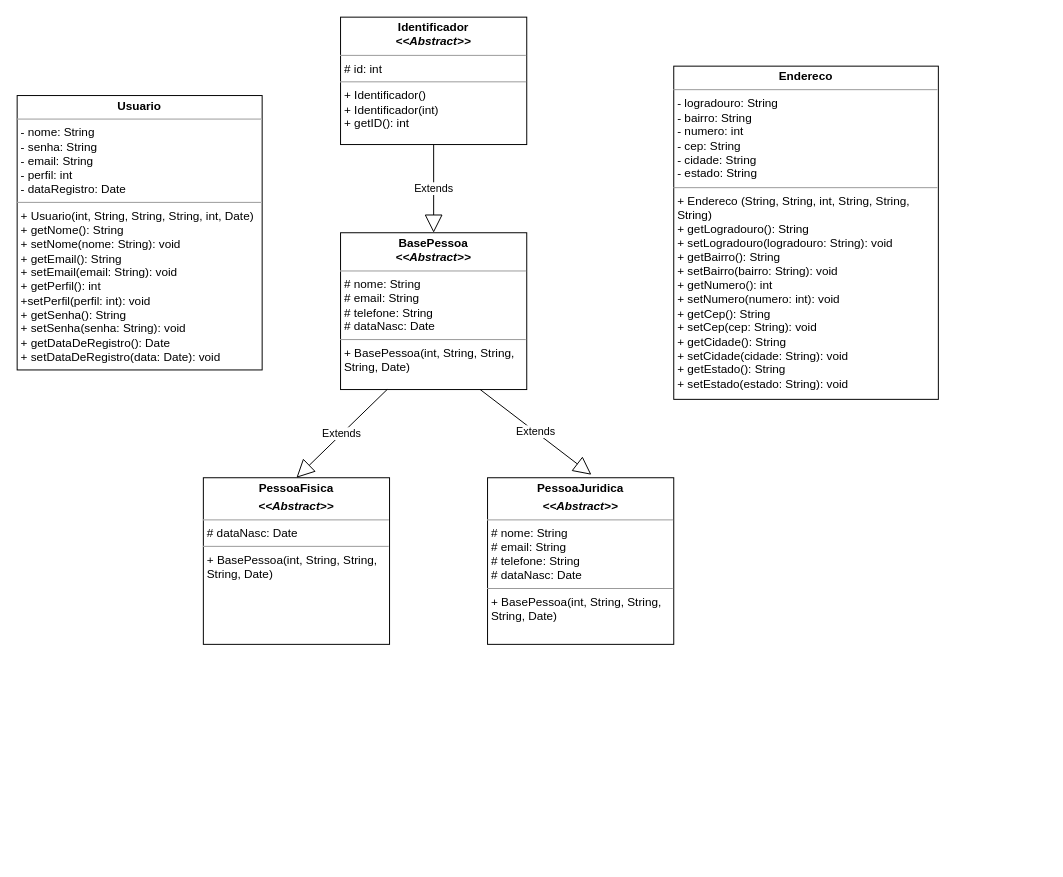
Above: lista04/diagramaDeClasse.drawio in adrielCarmo/POO (draw.io), before the change. Source tidied: cells renumbered, new cells numbered last; positions are measured from the earlier drawing's top-left corner, leaving out a move shared by most shapes. Both pictures are drawn from the tidied source at 98%, with x=0, y=0 at pixel (17, 17).
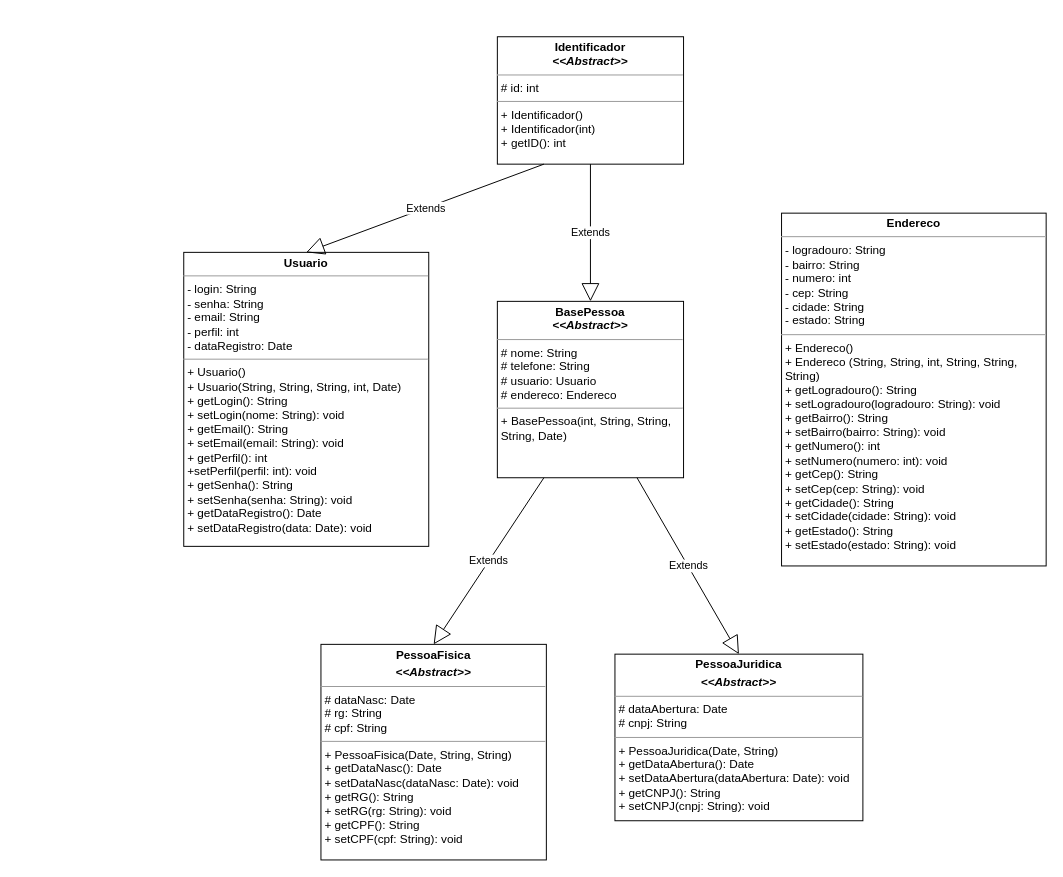
Above is the later version.

The edit, as a diff of the source:
```diff
@@
 <mxGraphModel>
   <root>
     <mxCell id="0" />
     <mxCell id="1" parent="0" />
-    <mxCell id="2" value="&lt;p style=&quot;margin:0px;margin-top:4px;text-align:center;&quot;&gt;&lt;b&gt;BasePessoa&lt;/b&gt;&lt;br&gt;&lt;b&gt;&lt;i&gt;&amp;lt;&amp;lt;Abstract&amp;gt;&amp;gt;&lt;/i&gt;&lt;/b&gt;&lt;/p&gt;&lt;hr size=&quot;1&quot;&gt;&lt;p style=&quot;margin:0px;margin-left:4px;&quot;&gt;# nome: String&lt;/p&gt;&lt;p style=&quot;margin:0px;margin-left:4px;&quot;&gt;# email: String&lt;/p&gt;&lt;p style=&quot;margin:0px;margin-left:4px;&quot;&gt;# telefone: String&lt;/p&gt;&lt;p style=&quot;margin:0px;margin-left:4px;&quot;&gt;# dataNasc: Date&lt;/p&gt;&lt;hr size=&quot;1&quot;&gt;&lt;p style=&quot;margin:0px;margin-left:4px;&quot;&gt;+ BasePessoa(int, String, String, String, Date)&lt;br&gt;&lt;/p&gt;" style="verticalAlign=top;align=left;overflow=fill;fontSize=12;fontFamily=Helvetica;html=1;whiteSpace=wrap;" parent="1" vertex="1">
-      <mxGeometry x="330" y="220" width="190" height="160" as="geometry" />
+    <mxCell id="2" value="&lt;p style=&quot;margin:0px;margin-top:4px;text-align:center;&quot;&gt;&lt;b&gt;BasePessoa&lt;/b&gt;&lt;br&gt;&lt;b&gt;&lt;i&gt;&amp;lt;&amp;lt;Abstract&amp;gt;&amp;gt;&lt;/i&gt;&lt;/b&gt;&lt;/p&gt;&lt;hr size=&quot;1&quot;&gt;&lt;p style=&quot;margin:0px;margin-left:4px;&quot;&gt;# nome: String&lt;/p&gt;&lt;p style=&quot;margin:0px;margin-left:4px;&quot;&gt;# telefone: String&lt;/p&gt;&lt;p style=&quot;margin:0px;margin-left:4px;&quot;&gt;# usuario: Usuario&lt;/p&gt;&lt;p style=&quot;margin:0px;margin-left:4px;&quot;&gt;# endereco: Endereco&lt;/p&gt;&lt;hr size=&quot;1&quot;&gt;&lt;p style=&quot;margin:0px;margin-left:4px;&quot;&gt;+ BasePessoa(int, String, String, String, Date)&lt;br&gt;&lt;/p&gt;" style="verticalAlign=top;align=left;overflow=fill;fontSize=12;fontFamily=Helvetica;html=1;whiteSpace=wrap;" parent="1" vertex="1">
+      <mxGeometry x="490" y="290" width="190" height="180" as="geometry" />
     </mxCell>
-    <mxCell id="3" value="&lt;p style=&quot;margin:0px;margin-top:4px;text-align:center;&quot;&gt;&lt;b&gt;Usuario&lt;/b&gt;&lt;/p&gt;&lt;hr size=&quot;1&quot;&gt;&lt;p style=&quot;margin:0px;margin-left:4px;&quot;&gt;&lt;span style=&quot;background-color: initial;&quot;&gt;- nome: String&lt;/span&gt;&lt;br&gt;&lt;/p&gt;&lt;p style=&quot;margin:0px;margin-left:4px;&quot;&gt;- senha: String&lt;/p&gt;&lt;p style=&quot;margin:0px;margin-left:4px;&quot;&gt;- email: String&lt;/p&gt;&lt;p style=&quot;margin:0px;margin-left:4px;&quot;&gt;- perfil: int&lt;/p&gt;&lt;p style=&quot;margin:0px;margin-left:4px;&quot;&gt;- dataRegistro: Date&lt;/p&gt;&lt;hr size=&quot;1&quot;&gt;&lt;p style=&quot;margin:0px;margin-left:4px;&quot;&gt;+ Usuario(int, String, String, String, int, Date)&lt;/p&gt;&lt;p style=&quot;margin:0px;margin-left:4px;&quot;&gt;+ getNome(): String&amp;nbsp; &amp;nbsp; &amp;nbsp; &amp;nbsp; &amp;nbsp; &amp;nbsp; &amp;nbsp;&amp;nbsp;&lt;/p&gt;&lt;p style=&quot;margin:0px;margin-left:4px;&quot;&gt;+ setNome(nome: String): void&amp;nbsp; &amp;nbsp;&amp;nbsp;&lt;/p&gt;&lt;p style=&quot;margin:0px;margin-left:4px;&quot;&gt;+ getEmail(): String&amp;nbsp; &amp;nbsp; &amp;nbsp; &amp;nbsp; &amp;nbsp; &amp;nbsp; &amp;nbsp;&lt;/p&gt;&lt;p style=&quot;margin:0px;margin-left:4px;&quot;&gt;+ setEmail(email: String): void&lt;/p&gt;&lt;p style=&quot;margin:0px;margin-left:4px;&quot;&gt;+ getPerfil(): int&lt;/p&gt;&lt;p style=&quot;margin:0px;margin-left:4px;&quot;&gt;+setPerfil(perfil: int): void&lt;/p&gt;&lt;p style=&quot;margin:0px;margin-left:4px;&quot;&gt;+ getSenha(): String&amp;nbsp; &amp;nbsp; &amp;nbsp; &amp;nbsp; &amp;nbsp; &amp;nbsp; &amp;nbsp;&lt;/p&gt;&lt;p style=&quot;margin:0px;margin-left:4px;&quot;&gt;+ setSenha(senha: String): void&amp;nbsp;&amp;nbsp;&lt;/p&gt;&lt;p style=&quot;margin:0px;margin-left:4px;&quot;&gt;+ getDataDeRegistro(): Date&lt;/p&gt;&lt;p style=&quot;margin:0px;margin-left:4px;&quot;&gt;+ setDataDeRegistro(data: Date): void&lt;/p&gt;" style="verticalAlign=top;align=left;overflow=fill;fontSize=12;fontFamily=Helvetica;html=1;whiteSpace=wrap;" parent="1" vertex="1">
-      <mxGeometry y="80" width="250" height="280" as="geometry" />
+    <mxCell id="3" value="&lt;p style=&quot;margin:0px;margin-top:4px;text-align:center;&quot;&gt;&lt;b&gt;Usuario&lt;/b&gt;&lt;/p&gt;&lt;hr size=&quot;1&quot;&gt;&lt;p style=&quot;margin:0px;margin-left:4px;&quot;&gt;&lt;span style=&quot;background-color: initial;&quot;&gt;- login: String&lt;/span&gt;&lt;/p&gt;&lt;p style=&quot;margin:0px;margin-left:4px;&quot;&gt;&lt;span style=&quot;background-color: initial;&quot;&gt;- senha: String&lt;/span&gt;&lt;br&gt;&lt;/p&gt;&lt;p style=&quot;margin:0px;margin-left:4px;&quot;&gt;- email: String&lt;/p&gt;&lt;p style=&quot;margin:0px;margin-left:4px;&quot;&gt;- perfil: int&lt;/p&gt;&lt;p style=&quot;margin:0px;margin-left:4px;&quot;&gt;- dataRegistro: Date&lt;/p&gt;&lt;hr size=&quot;1&quot;&gt;&lt;p style=&quot;margin:0px;margin-left:4px;&quot;&gt;+ Usuario()&lt;/p&gt;&lt;p style=&quot;margin:0px;margin-left:4px;&quot;&gt;+ Usuario(String, String, String, int, Date)&lt;/p&gt;&lt;p style=&quot;margin:0px;margin-left:4px;&quot;&gt;+ getLogin(): String&amp;nbsp; &amp;nbsp; &amp;nbsp; &amp;nbsp; &amp;nbsp; &amp;nbsp; &amp;nbsp;&amp;nbsp;&lt;/p&gt;&lt;p style=&quot;margin:0px;margin-left:4px;&quot;&gt;+ setLogin(nome: String): void&amp;nbsp; &amp;nbsp;&amp;nbsp;&lt;/p&gt;&lt;p style=&quot;margin:0px;margin-left:4px;&quot;&gt;+ getEmail(): String&amp;nbsp; &amp;nbsp; &amp;nbsp; &amp;nbsp; &amp;nbsp; &amp;nbsp; &amp;nbsp;&lt;/p&gt;&lt;p style=&quot;margin:0px;margin-left:4px;&quot;&gt;+ setEmail(email: String): void&lt;/p&gt;&lt;p style=&quot;margin:0px;margin-left:4px;&quot;&gt;+ getPerfil(): int&lt;/p&gt;&lt;p style=&quot;margin:0px;margin-left:4px;&quot;&gt;+setPerfil(perfil: int): void&lt;/p&gt;&lt;p style=&quot;margin:0px;margin-left:4px;&quot;&gt;+ getSenha(): String&amp;nbsp; &amp;nbsp; &amp;nbsp; &amp;nbsp; &amp;nbsp; &amp;nbsp; &amp;nbsp;&lt;/p&gt;&lt;p style=&quot;margin:0px;margin-left:4px;&quot;&gt;+ setSenha(senha: String): void&amp;nbsp;&amp;nbsp;&lt;/p&gt;&lt;p style=&quot;margin:0px;margin-left:4px;&quot;&gt;+ getDataRegistro(): Date&lt;/p&gt;&lt;p style=&quot;margin:0px;margin-left:4px;&quot;&gt;+ setDataRegistro(data: Date): void&lt;/p&gt;" style="verticalAlign=top;align=left;overflow=fill;fontSize=12;fontFamily=Helvetica;html=1;whiteSpace=wrap;" parent="1" vertex="1">
+      <mxGeometry x="170" y="240" width="250" height="300" as="geometry" />
     </mxCell>
     <mxCell id="4" value="&lt;p style=&quot;margin:0px;margin-top:4px;text-align:center;&quot;&gt;&lt;b&gt;Identificador&lt;/b&gt;&lt;br&gt;&lt;b&gt;&lt;i&gt;&amp;lt;&amp;lt;Abstract&amp;gt;&amp;gt;&lt;/i&gt;&lt;/b&gt;&lt;/p&gt;&lt;hr size=&quot;1&quot;&gt;&lt;p style=&quot;margin:0px;margin-left:4px;&quot;&gt;# id: int&lt;br&gt;&lt;/p&gt;&lt;hr size=&quot;1&quot;&gt;&lt;p style=&quot;margin:0px;margin-left:4px;&quot;&gt;+ Identificador()&lt;/p&gt;&lt;p style=&quot;margin:0px;margin-left:4px;&quot;&gt;+ Identificador(int)&lt;/p&gt;&lt;p style=&quot;margin:0px;margin-left:4px;&quot;&gt;+ getID(): int&lt;/p&gt;" style="verticalAlign=top;align=left;overflow=fill;fontSize=12;fontFamily=Helvetica;html=1;whiteSpace=wrap;" parent="1" vertex="1">
-      <mxGeometry x="330" width="190" height="130" as="geometry" />
+      <mxGeometry x="490" y="20" width="190" height="130" as="geometry" />
     </mxCell>
-    <mxCell id="5" value="&lt;p style=&quot;margin:0px;margin-top:4px;text-align:center;&quot;&gt;&lt;b&gt;PessoaFisica&lt;/b&gt;&lt;br&gt;&lt;/p&gt;&lt;p style=&quot;margin:0px;margin-top:4px;text-align:center;&quot;&gt;&lt;b style=&quot;border-color: var(--border-color);&quot;&gt;&lt;i style=&quot;border-color: var(--border-color);&quot;&gt;&amp;lt;&amp;lt;Abstract&amp;gt;&amp;gt;&lt;/i&gt;&lt;/b&gt;&lt;b&gt;&lt;br&gt;&lt;/b&gt;&lt;/p&gt;&lt;hr size=&quot;1&quot;&gt;&lt;p style=&quot;margin:0px;margin-left:4px;&quot;&gt;&lt;span style=&quot;background-color: initial;&quot;&gt;# dataNasc: Date&lt;/span&gt;&lt;br&gt;&lt;/p&gt;&lt;hr size=&quot;1&quot;&gt;&lt;p style=&quot;margin:0px;margin-left:4px;&quot;&gt;+ BasePessoa(int, String, String, String, Date)&lt;br&gt;&lt;/p&gt;" style="verticalAlign=top;align=left;overflow=fill;fontSize=12;fontFamily=Helvetica;html=1;whiteSpace=wrap;" parent="1" vertex="1">
-      <mxGeometry x="190" y="470" width="190" height="170" as="geometry" />
+    <mxCell id="5" value="&lt;p style=&quot;margin:0px;margin-top:4px;text-align:center;&quot;&gt;&lt;b&gt;PessoaFisica&lt;/b&gt;&lt;br&gt;&lt;/p&gt;&lt;p style=&quot;margin:0px;margin-top:4px;text-align:center;&quot;&gt;&lt;b style=&quot;border-color: var(--border-color);&quot;&gt;&lt;i style=&quot;border-color: var(--border-color);&quot;&gt;&amp;lt;&amp;lt;Abstract&amp;gt;&amp;gt;&lt;/i&gt;&lt;/b&gt;&lt;b&gt;&lt;br&gt;&lt;/b&gt;&lt;/p&gt;&lt;hr size=&quot;1&quot;&gt;&lt;p style=&quot;margin:0px;margin-left:4px;&quot;&gt;&lt;span style=&quot;background-color: initial;&quot;&gt;# dataNasc: Date&lt;/span&gt;&lt;br&gt;&lt;/p&gt;&lt;p style=&quot;margin:0px;margin-left:4px;&quot;&gt;&lt;span style=&quot;background-color: initial;&quot;&gt;# rg: String&lt;/span&gt;&lt;/p&gt;&lt;p style=&quot;margin:0px;margin-left:4px;&quot;&gt;&lt;span style=&quot;background-color: initial;&quot;&gt;# cpf: String&lt;/span&gt;&lt;/p&gt;&lt;hr size=&quot;1&quot;&gt;&lt;p style=&quot;margin:0px;margin-left:4px;&quot;&gt;+ PessoaFisica(Date, String, String)&lt;br&gt;&lt;/p&gt;&lt;p style=&quot;margin:0px;margin-left:4px;&quot;&gt;+ getDataNasc(): Date&lt;/p&gt;&lt;p style=&quot;margin:0px;margin-left:4px;&quot;&gt;+ setDataNasc(dataNasc: Date): void&lt;/p&gt;&lt;p style=&quot;margin:0px;margin-left:4px;&quot;&gt;+ getRG(): String&lt;/p&gt;&lt;p style=&quot;margin:0px;margin-left:4px;&quot;&gt;+ setRG(rg: String): void&lt;/p&gt;&lt;p style=&quot;margin:0px;margin-left:4px;&quot;&gt;+ getCPF(): String&lt;/p&gt;&lt;p style=&quot;margin:0px;margin-left:4px;&quot;&gt;+ setCPF(cpf: String): void&lt;/p&gt;" style="verticalAlign=top;align=left;overflow=fill;fontSize=12;fontFamily=Helvetica;html=1;whiteSpace=wrap;" parent="1" vertex="1">
+      <mxGeometry x="310" y="640" width="230" height="220" as="geometry" />
     </mxCell>
-    <mxCell id="6" value="&lt;p style=&quot;margin:0px;margin-top:4px;text-align:center;&quot;&gt;&lt;b&gt;PessoaJuridica&lt;/b&gt;&lt;br&gt;&lt;/p&gt;&lt;p style=&quot;margin:0px;margin-top:4px;text-align:center;&quot;&gt;&lt;b&gt;&lt;i&gt;&amp;lt;&amp;lt;Abstract&amp;gt;&amp;gt;&lt;/i&gt;&lt;/b&gt;&lt;/p&gt;&lt;hr size=&quot;1&quot;&gt;&lt;p style=&quot;margin:0px;margin-left:4px;&quot;&gt;# nome: String&lt;/p&gt;&lt;p style=&quot;margin:0px;margin-left:4px;&quot;&gt;# email: String&lt;/p&gt;&lt;p style=&quot;margin:0px;margin-left:4px;&quot;&gt;# telefone: String&lt;/p&gt;&lt;p style=&quot;margin:0px;margin-left:4px;&quot;&gt;# dataNasc: Date&lt;/p&gt;&lt;hr size=&quot;1&quot;&gt;&lt;p style=&quot;margin:0px;margin-left:4px;&quot;&gt;+ BasePessoa(int, String, String, String, Date)&lt;br&gt;&lt;/p&gt;" style="verticalAlign=top;align=left;overflow=fill;fontSize=12;fontFamily=Helvetica;html=1;whiteSpace=wrap;" parent="1" vertex="1">
-      <mxGeometry x="480" y="470" width="190" height="170" as="geometry" />
+    <mxCell id="6" value="&lt;p style=&quot;margin:0px;margin-top:4px;text-align:center;&quot;&gt;&lt;b&gt;PessoaJuridica&lt;/b&gt;&lt;br&gt;&lt;/p&gt;&lt;p style=&quot;margin:0px;margin-top:4px;text-align:center;&quot;&gt;&lt;b&gt;&lt;i&gt;&amp;lt;&amp;lt;Abstract&amp;gt;&amp;gt;&lt;/i&gt;&lt;/b&gt;&lt;/p&gt;&lt;hr size=&quot;1&quot;&gt;&lt;p style=&quot;margin:0px;margin-left:4px;&quot;&gt;&lt;span style=&quot;background-color: initial;&quot;&gt;# dataAbertura: Date&lt;/span&gt;&lt;br&gt;&lt;/p&gt;&lt;p style=&quot;margin:0px;margin-left:4px;&quot;&gt;&lt;span style=&quot;background-color: initial;&quot;&gt;# cnpj: String&lt;/span&gt;&lt;/p&gt;&lt;hr size=&quot;1&quot;&gt;&lt;p style=&quot;margin:0px;margin-left:4px;&quot;&gt;+ PessoaJuridica(Date, String)&lt;br&gt;&lt;/p&gt;&lt;p style=&quot;margin:0px;margin-left:4px;&quot;&gt;+ getDataAbertura(): Date&lt;/p&gt;&lt;p style=&quot;margin:0px;margin-left:4px;&quot;&gt;+ setDataAbertura(dataAbertura: Date): void&lt;/p&gt;&lt;p style=&quot;margin:0px;margin-left:4px;&quot;&gt;+ getCNPJ(): String&lt;/p&gt;&lt;p style=&quot;margin:0px;margin-left:4px;&quot;&gt;+ setCNPJ(cnpj: String): void&lt;/p&gt;" style="verticalAlign=top;align=left;overflow=fill;fontSize=12;fontFamily=Helvetica;html=1;whiteSpace=wrap;" parent="1" vertex="1">
+      <mxGeometry x="610" y="650" width="253" height="170" as="geometry" />
     </mxCell>
     <mxCell id="7" value="Extends" style="endArrow=block;endSize=16;endFill=0;html=1;rounded=0;entryX=0.5;entryY=0;entryDx=0;entryDy=0;exitX=0.25;exitY=1;exitDx=0;exitDy=0;" parent="1" edge="1" source="2" target="5">
       <mxGeometry relative="1" as="geometry" />
     </mxCell>
-    <mxCell id="8" value="Extends" style="endArrow=block;endSize=16;endFill=0;html=1;rounded=0;entryX=0.558;entryY=-0.018;entryDx=0;entryDy=0;entryPerimeter=0;exitX=0.75;exitY=1;exitDx=0;exitDy=0;" parent="1" edge="1" source="2" target="6">
+    <mxCell id="8" value="Extends" style="endArrow=block;endSize=16;endFill=0;html=1;rounded=0;entryX=0.5;entryY=0;entryDx=0;entryDy=0;exitX=0.75;exitY=1;exitDx=0;exitDy=0;" parent="1" edge="1" source="2" target="6">
       <mxGeometry relative="1" as="geometry" />
     </mxCell>
     <mxCell id="9" value="Extends" style="endArrow=block;endSize=16;endFill=0;html=1;rounded=0;exitX=0.5;exitY=1;exitDx=0;exitDy=0;entryX=0.5;entryY=0;entryDx=0;entryDy=0;" parent="1" edge="1" source="4" target="2">
       <mxGeometry relative="1" as="geometry" />
     </mxCell>
-    <mxCell id="10" value="&lt;p style=&quot;margin:0px;margin-top:4px;text-align:center;&quot;&gt;&lt;b&gt;Endereco&lt;/b&gt;&lt;/p&gt;&lt;hr size=&quot;1&quot;&gt;&lt;p style=&quot;margin:0px;margin-left:4px;&quot;&gt;- logradouro: String&lt;br&gt;&lt;/p&gt;&lt;p style=&quot;margin:0px;margin-left:4px;&quot;&gt;- bairro: String&lt;/p&gt;&lt;p style=&quot;margin:0px;margin-left:4px;&quot;&gt;- numero: int&lt;/p&gt;&lt;p style=&quot;margin:0px;margin-left:4px;&quot;&gt;- cep: String&lt;/p&gt;&lt;p style=&quot;margin:0px;margin-left:4px;&quot;&gt;- cidade: String&lt;/p&gt;&lt;p style=&quot;margin:0px;margin-left:4px;&quot;&gt;- estado: String&lt;/p&gt;&lt;hr size=&quot;1&quot;&gt;&lt;p style=&quot;margin:0px;margin-left:4px;&quot;&gt;+ Endereco (String, String, int, String, String, String)&lt;br&gt;&lt;/p&gt;&lt;p style=&quot;margin:0px;margin-left:4px;&quot;&gt;+ getLogradouro(): String&amp;nbsp;&lt;/p&gt;&lt;p style=&quot;margin:0px;margin-left:4px;&quot;&gt;+ setLogradouro(logradouro: String): void&amp;nbsp;&lt;/p&gt;&lt;p style=&quot;margin:0px;margin-left:4px;&quot;&gt;+ getBairro(): String&amp;nbsp;&lt;/p&gt;&lt;p style=&quot;margin:0px;margin-left:4px;&quot;&gt;+ setBairro(bairro: String): void&amp;nbsp;&lt;/p&gt;&lt;p style=&quot;margin:0px;margin-left:4px;&quot;&gt;+ getNumero(): int&amp;nbsp;&lt;/p&gt;&lt;p style=&quot;margin:0px;margin-left:4px;&quot;&gt;+ setNumero(numero: int): void&amp;nbsp;&lt;/p&gt;&lt;p style=&quot;margin:0px;margin-left:4px;&quot;&gt;+ getCep(): String&amp;nbsp;&lt;/p&gt;&lt;p style=&quot;margin:0px;margin-left:4px;&quot;&gt;+ setCep(cep: String): void&amp;nbsp;&lt;/p&gt;&lt;p style=&quot;margin:0px;margin-left:4px;&quot;&gt;+ getCidade(): String&amp;nbsp;&lt;/p&gt;&lt;p style=&quot;margin:0px;margin-left:4px;&quot;&gt;+ setCidade(cidade: String): void&amp;nbsp;&lt;/p&gt;&lt;p style=&quot;margin:0px;margin-left:4px;&quot;&gt;+ getEstado(): String&amp;nbsp;&lt;/p&gt;&lt;p style=&quot;margin:0px;margin-left:4px;&quot;&gt;+ setEstado(estado: String): void&lt;br&gt;&lt;/p&gt;" style="verticalAlign=top;align=left;overflow=fill;fontSize=12;fontFamily=Helvetica;html=1;whiteSpace=wrap;" parent="1" vertex="1">
-      <mxGeometry x="670" y="50" width="270" height="340" as="geometry" />
+    <mxCell id="10" value="&lt;p style=&quot;margin:0px;margin-top:4px;text-align:center;&quot;&gt;&lt;b&gt;Endereco&lt;/b&gt;&lt;/p&gt;&lt;hr size=&quot;1&quot;&gt;&lt;p style=&quot;margin:0px;margin-left:4px;&quot;&gt;- logradouro: String&lt;br&gt;&lt;/p&gt;&lt;p style=&quot;margin:0px;margin-left:4px;&quot;&gt;- bairro: String&lt;/p&gt;&lt;p style=&quot;margin:0px;margin-left:4px;&quot;&gt;- numero: int&lt;/p&gt;&lt;p style=&quot;margin:0px;margin-left:4px;&quot;&gt;- cep: String&lt;/p&gt;&lt;p style=&quot;margin:0px;margin-left:4px;&quot;&gt;- cidade: String&lt;/p&gt;&lt;p style=&quot;margin:0px;margin-left:4px;&quot;&gt;- estado: String&lt;/p&gt;&lt;hr size=&quot;1&quot;&gt;&lt;p style=&quot;margin:0px;margin-left:4px;&quot;&gt;+ Endereco()&lt;/p&gt;&lt;p style=&quot;margin:0px;margin-left:4px;&quot;&gt;+ Endereco (String, String, int, String, String, String)&lt;br&gt;&lt;/p&gt;&lt;p style=&quot;margin:0px;margin-left:4px;&quot;&gt;+ getLogradouro(): String&amp;nbsp;&lt;/p&gt;&lt;p style=&quot;margin:0px;margin-left:4px;&quot;&gt;+ setLogradouro(logradouro: String): void&amp;nbsp;&lt;/p&gt;&lt;p style=&quot;margin:0px;margin-left:4px;&quot;&gt;+ getBairro(): String&amp;nbsp;&lt;/p&gt;&lt;p style=&quot;margin:0px;margin-left:4px;&quot;&gt;+ setBairro(bairro: String): void&amp;nbsp;&lt;/p&gt;&lt;p style=&quot;margin:0px;margin-left:4px;&quot;&gt;+ getNumero(): int&amp;nbsp;&lt;/p&gt;&lt;p style=&quot;margin:0px;margin-left:4px;&quot;&gt;+ setNumero(numero: int): void&amp;nbsp;&lt;/p&gt;&lt;p style=&quot;margin:0px;margin-left:4px;&quot;&gt;+ getCep(): String&amp;nbsp;&lt;/p&gt;&lt;p style=&quot;margin:0px;margin-left:4px;&quot;&gt;+ setCep(cep: String): void&amp;nbsp;&lt;/p&gt;&lt;p style=&quot;margin:0px;margin-left:4px;&quot;&gt;+ getCidade(): String&amp;nbsp;&lt;/p&gt;&lt;p style=&quot;margin:0px;margin-left:4px;&quot;&gt;+ setCidade(cidade: String): void&amp;nbsp;&lt;/p&gt;&lt;p style=&quot;margin:0px;margin-left:4px;&quot;&gt;+ getEstado(): String&amp;nbsp;&lt;/p&gt;&lt;p style=&quot;margin:0px;margin-left:4px;&quot;&gt;+ setEstado(estado: String): void&lt;br&gt;&lt;/p&gt;" style="verticalAlign=top;align=left;overflow=fill;fontSize=12;fontFamily=Helvetica;html=1;whiteSpace=wrap;" parent="1" vertex="1">
+      <mxGeometry x="780" y="200" width="270" height="360" as="geometry" />
     </mxCell>
+    <mxCell id="11" value="Extends" style="endArrow=block;endSize=16;endFill=0;html=1;rounded=0;exitX=0.25;exitY=1;exitDx=0;exitDy=0;entryX=0.5;entryY=0;entryDx=0;entryDy=0;" parent="1" edge="1" source="4" target="3">
+      <mxGeometry relative="1" as="geometry" />
+    </mxCell>
   </root>
 </mxGraphModel>
```
